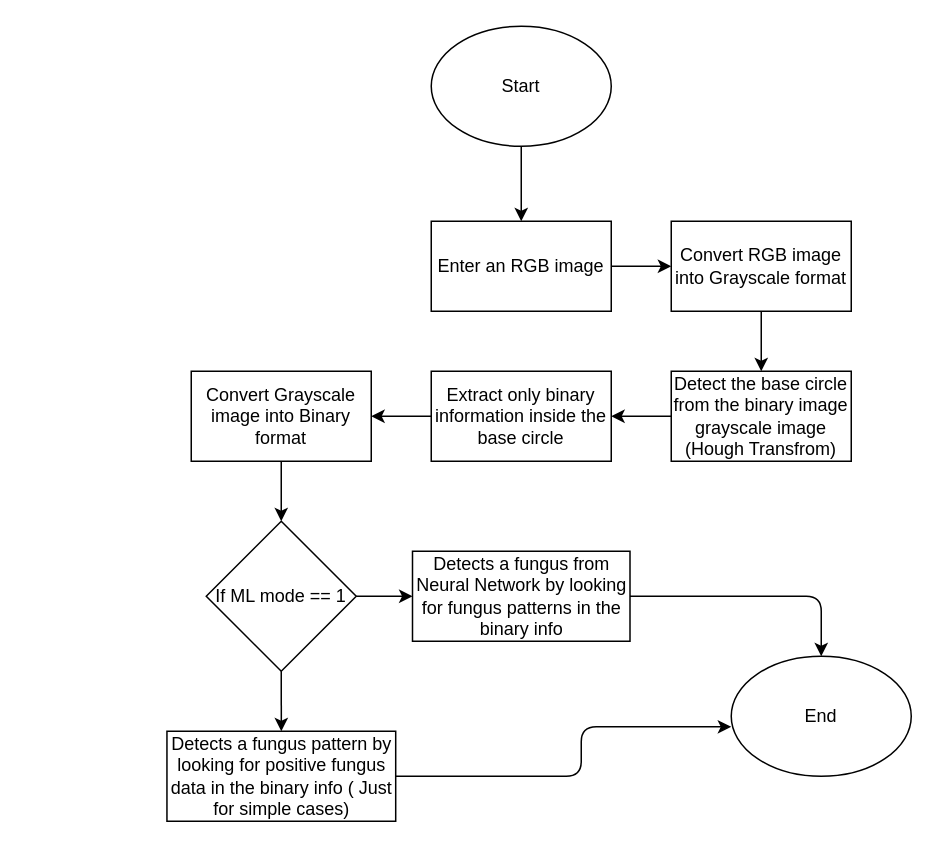
Before: Untitled Diagram.drawio in Juanpa1312/Fungus-detector, a draw.io diagram. Source tidied: cells renumbered, new cells numbered last; positions are measured from the earlier drawing's top-left corner, leaving out a move shared by most shapes. Both pictures are drawn from the tidied source at 150%, with x=0, y=0 at pixel (166, 26).
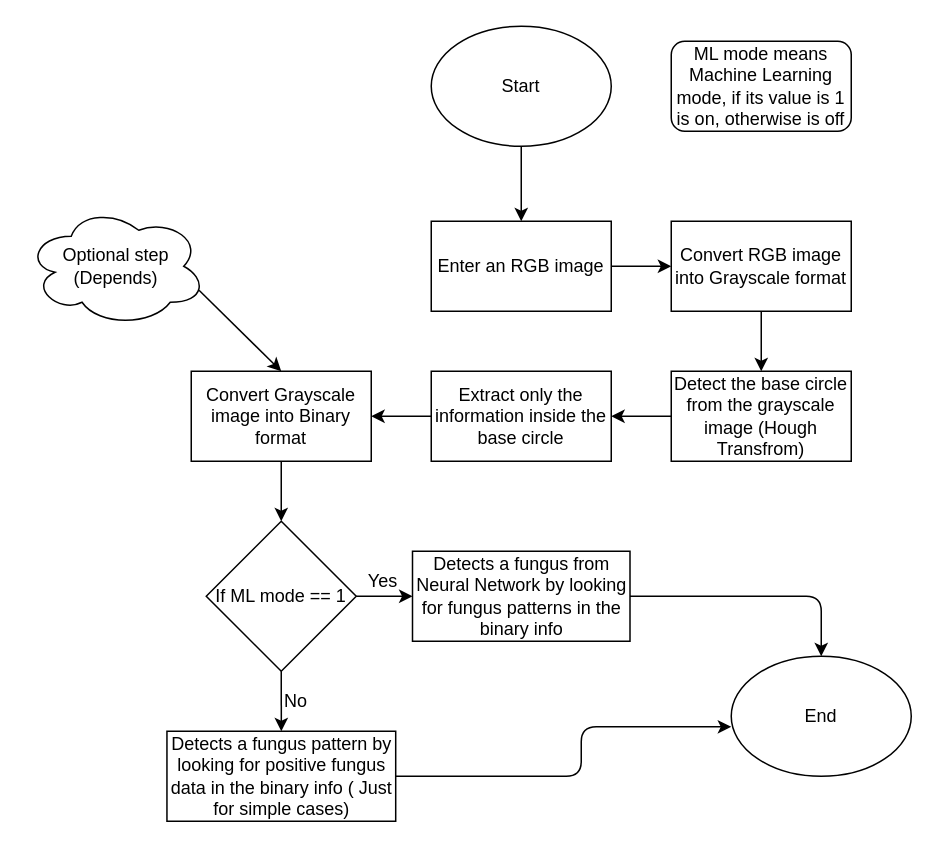
The same diagram, later.

Commit message:
Software architecture for Fungus Detector

The change refers to these unchanged cells:
```xml
<mxCell id="5" value="Convert Grayscale image into Binary format" style="rounded=0;whiteSpace=wrap;html=1;" parent="1" vertex="1">
  <mxGeometry x="16" y="230" width="120" height="60" as="geometry" />
</mxCell>
```

Change to the diagram source:
```diff
@@
-    <mxCell id="6" value="Detect the base circle from the binary image grayscale image (Hough Transfrom)" style="rounded=0;whiteSpace=wrap;html=1;" parent="1" vertex="1">
+    <mxCell id="6" value="Detect the base circle from the grayscale image (Hough Transfrom)" style="rounded=0;whiteSpace=wrap;html=1;" parent="1" vertex="1">
       <mxGeometry x="336" y="230" width="120" height="60" as="geometry" />
     </mxCell>
-    <mxCell id="7" value="Extract only binary information inside the base circle" style="rounded=0;whiteSpace=wrap;html=1;" parent="1" vertex="1">
+    <mxCell id="7" value="Extract only the information inside the base circle" style="rounded=0;whiteSpace=wrap;html=1;" parent="1" vertex="1">
       <mxGeometry x="176" y="230" width="120" height="60" as="geometry" />
     </mxCell>
@@
+    <mxCell id="22" value="Yes" style="text;html=1;strokeColor=none;fillColor=none;align=center;verticalAlign=middle;whiteSpace=wrap;rounded=0;" parent="1" vertex="1">
+      <mxGeometry x="123.5" y="360" width="40" height="20" as="geometry" />
+    </mxCell>
+    <mxCell id="23" value="No" style="text;html=1;strokeColor=none;fillColor=none;align=center;verticalAlign=middle;whiteSpace=wrap;rounded=0;" parent="1" vertex="1">
+      <mxGeometry x="66" y="440" width="40" height="20" as="geometry" />
+    </mxCell>
+    <mxCell id="24" value="Optional step (Depends)" style="ellipse;shape=cloud;whiteSpace=wrap;html=1;" parent="1" vertex="1">
+      <mxGeometry x="-94" y="120" width="120" height="80" as="geometry" />
+    </mxCell>
+    <mxCell id="25" style="endArrow=classic;html=1;entryX=0.5;entryY=0;entryDx=0;entryDy=0;exitX=0.96;exitY=0.7;exitDx=0;exitDy=0;exitPerimeter=0;" parent="1" edge="1" source="24" target="5">
+      <mxGeometry relative="1" as="geometry" />
+    </mxCell>
+    <mxCell id="26" value="ML mode means Machine Learning mode, if its value is 1 is on, otherwise is off" style="rounded=1;whiteSpace=wrap;html=1;" parent="1" vertex="1">
+      <mxGeometry x="336" y="10" width="120" height="60" as="geometry" />
+    </mxCell>
```
